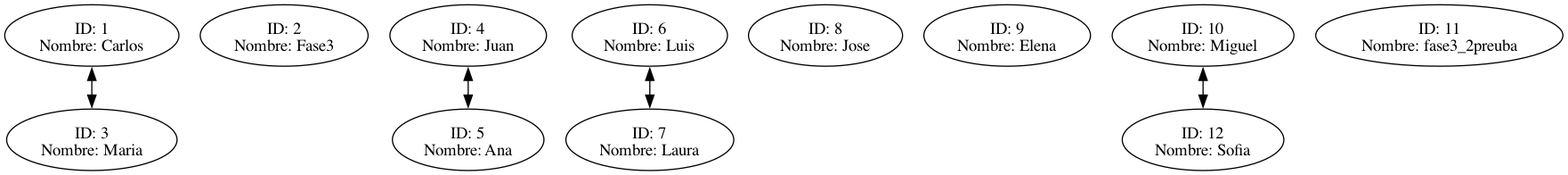
Ggi0/-EDD-Proyecto_202100229 keeps this Graphviz diagram as fase3/usuarios/reportes/grafo.png. Above is the earlier version. Its source is kept beside it as fase3/usuarios/reportes/grafo.dot.
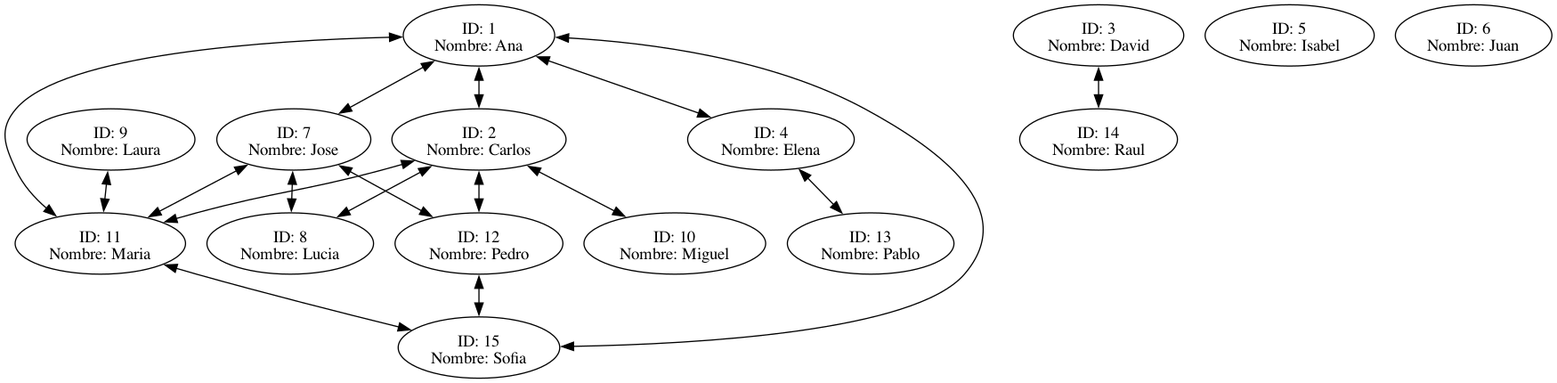
After the commit.

Change to the diagram source:
```diff
@@ -1,18 +1,34 @@
 digraph G {
-Nodo1 [label = "ID: 1\nNombre: Carlos"];
-Nodo1->Nodo3[dir = both];
-Nodo2 [label = "ID: 2\nNombre: Fase3"];
-Nodo3 [label = "ID: 3\nNombre: Maria"];
-Nodo4 [label = "ID: 4\nNombre: Juan"];
-Nodo4->Nodo5[dir = both];
-Nodo5 [label = "ID: 5\nNombre: Ana"];
-Nodo6 [label = "ID: 6\nNombre: Luis"];
-Nodo6->Nodo7[dir = both];
-Nodo7 [label = "ID: 7\nNombre: Laura"];
-Nodo8 [label = "ID: 8\nNombre: Jose"];
-Nodo9 [label = "ID: 9\nNombre: Elena"];
+Nodo1 [label = "ID: 1\nNombre: Ana"];
+Nodo1->Nodo2[dir = both];
+Nodo1->Nodo7[dir = both];
+Nodo1->Nodo15[dir = both];
+Nodo1->Nodo11[dir = both];
+Nodo1->Nodo4[dir = both];
+Nodo2 [label = "ID: 2\nNombre: Carlos"];
+Nodo2->Nodo11[dir = both];
+Nodo2->Nodo12[dir = both];
+Nodo2->Nodo8[dir = both];
+Nodo2->Nodo10[dir = both];
+Nodo3 [label = "ID: 3\nNombre: David"];
+Nodo3->Nodo14[dir = both];
+Nodo4 [label = "ID: 4\nNombre: Elena"];
+Nodo4->Nodo13[dir = both];
+Nodo5 [label = "ID: 5\nNombre: Isabel"];
+Nodo6 [label = "ID: 6\nNombre: Juan"];
+Nodo7 [label = "ID: 7\nNombre: Jose"];
+Nodo7->Nodo11[dir = both];
+Nodo7->Nodo12[dir = both];
+Nodo7->Nodo8[dir = both];
+Nodo8 [label = "ID: 8\nNombre: Lucia"];
+Nodo9 [label = "ID: 9\nNombre: Laura"];
+Nodo9->Nodo11[dir = both];
 Nodo10 [label = "ID: 10\nNombre: Miguel"];
-Nodo10->Nodo12[dir = both];
-Nodo11 [label = "ID: 11\nNombre: fase3_2preuba"];
-Nodo12 [label = "ID: 12\nNombre: Sofia"];
+Nodo11 [label = "ID: 11\nNombre: Maria"];
+Nodo11->Nodo15[dir = both];
+Nodo12 [label = "ID: 12\nNombre: Pedro"];
+Nodo12->Nodo15[dir = both];
+Nodo13 [label = "ID: 13\nNombre: Pablo"];
+Nodo14 [label = "ID: 14\nNombre: Raul"];
+Nodo15 [label = "ID: 15\nNombre: Sofia"];
 }
```
